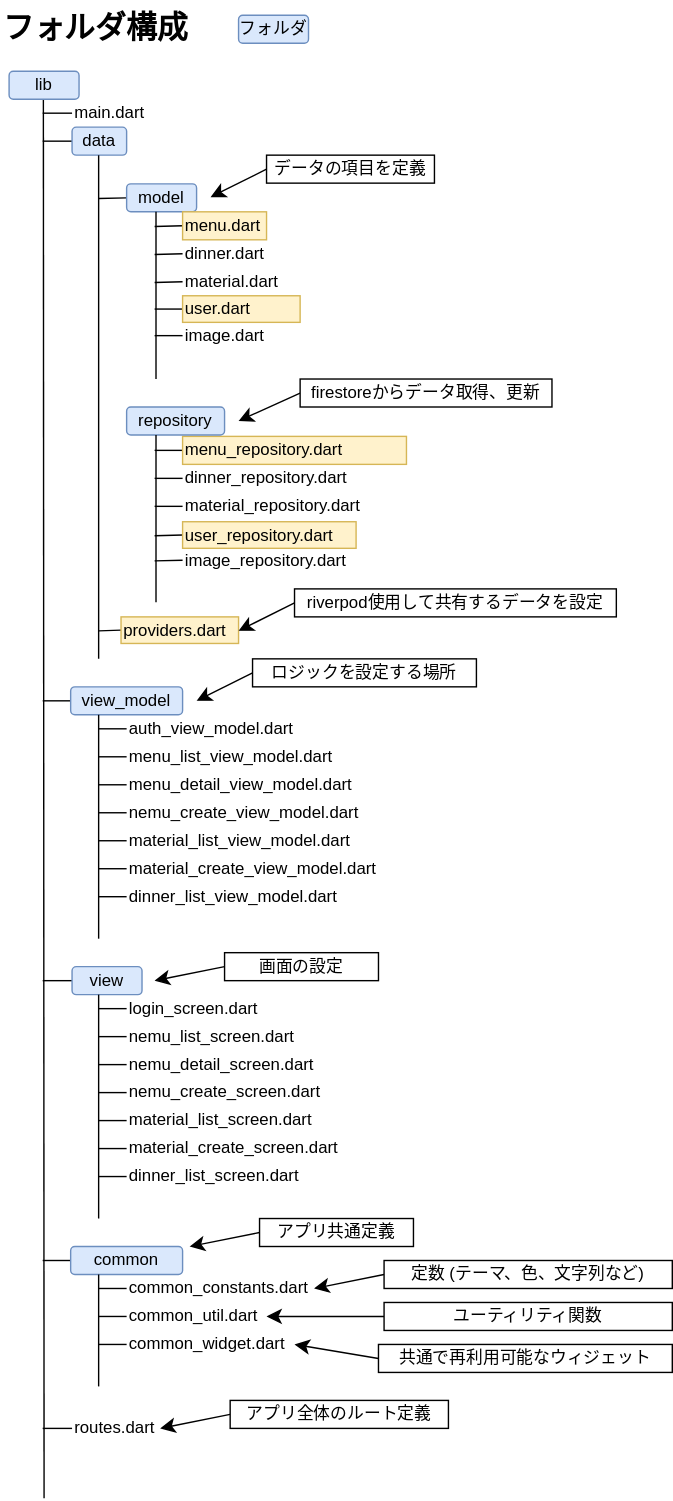
The draw.io diagram フォルダ構成.drawio.svg in maki1125/menu, before a commit. Source tidied: cells renumbered, new cells last; positions are measured from the earlier drawing's top-left corner, leaving out a move shared by most shapes.
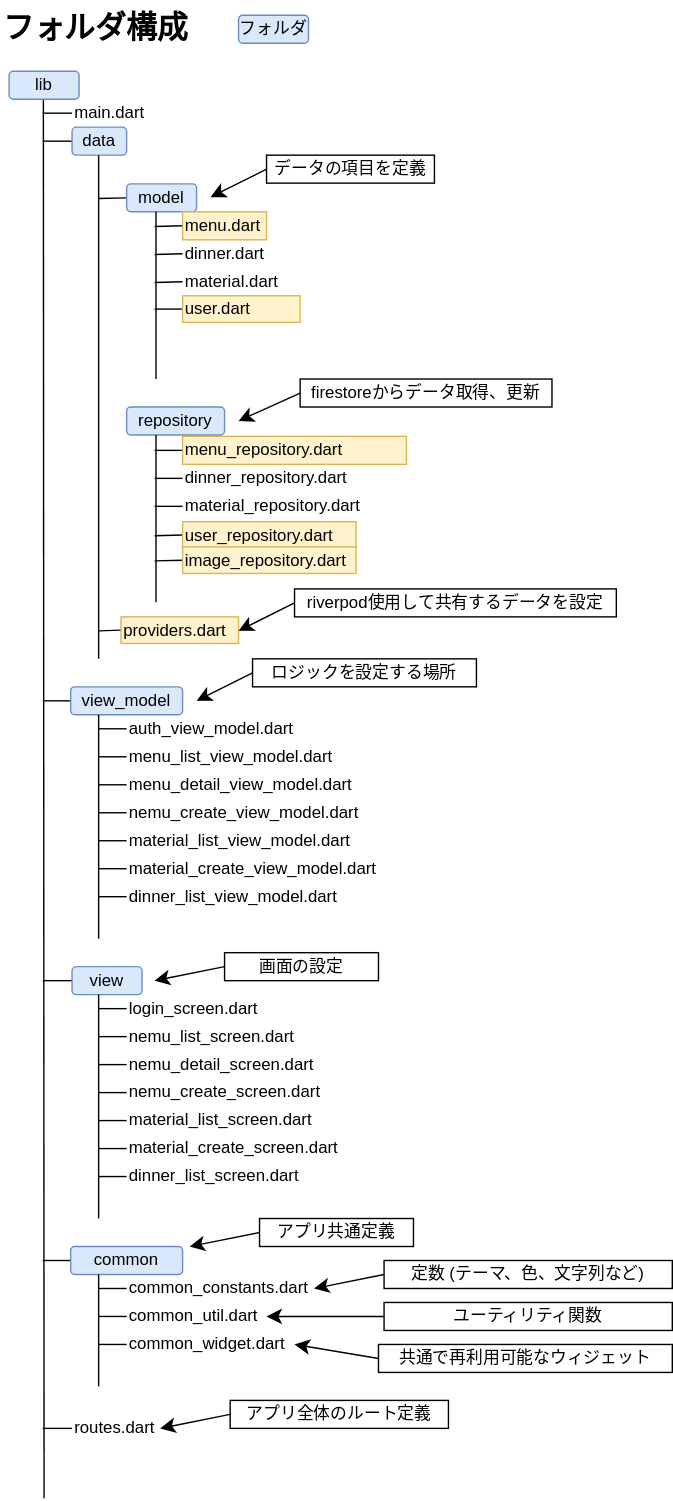
The same diagram one commit later.

Commit message:
フォルダ構成.drawio.svg を更新します

What changed in the source:
```diff
@@ -398,20 +398,12 @@
     <mxCell id="98" value="riverpod使用して共有するデータを設定" style="rounded=0;whiteSpace=wrap;html=1;" parent="1" vertex="1">
       <mxGeometry x="210" y="420" width="230" height="20" as="geometry" />
     </mxCell>
-    <mxCell id="99" style="edgeStyle=none;curved=1;rounded=0;jettySize=auto;html=1;exitX=0;exitY=0.5;exitDx=0;exitDy=0;fontSize=12;startSize=8;endSize=8;endArrow=none;endFill=0;" parent="1" edge="1" source="100">
-      <mxGeometry relative="1" as="geometry">
-        <mxPoint x="110" y="239" as="targetPoint" />
-      </mxGeometry>
-    </mxCell>
-    <mxCell id="100" value="image.dart" style="text;html=1;align=left;verticalAlign=middle;whiteSpace=wrap;rounded=0;" parent="1" vertex="1">
-      <mxGeometry x="130" y="229.5" width="84" height="19" as="geometry" />
-    </mxCell>
     <mxCell id="101" style="edgeStyle=none;curved=1;rounded=0;jettySize=auto;html=1;exitX=0;exitY=0.5;exitDx=0;exitDy=0;fontSize=12;startSize=8;endSize=8;endArrow=none;endFill=0;" parent="1" edge="1" source="102">
       <mxGeometry relative="1" as="geometry">
         <mxPoint x="110" y="400" as="targetPoint" />
       </mxGeometry>
     </mxCell>
-    <mxCell id="102" value="image_repository.dart" style="text;html=1;align=left;verticalAlign=middle;whiteSpace=wrap;rounded=0;" parent="1" vertex="1">
+    <mxCell id="102" value="image_repository.dart" style="text;html=1;align=left;verticalAlign=middle;whiteSpace=wrap;rounded=0;fillColor=#fff2cc;strokeColor=#d6b656;" parent="1" vertex="1">
       <mxGeometry x="130" y="390" width="124" height="19" as="geometry" />
     </mxCell>
   </root>
```
